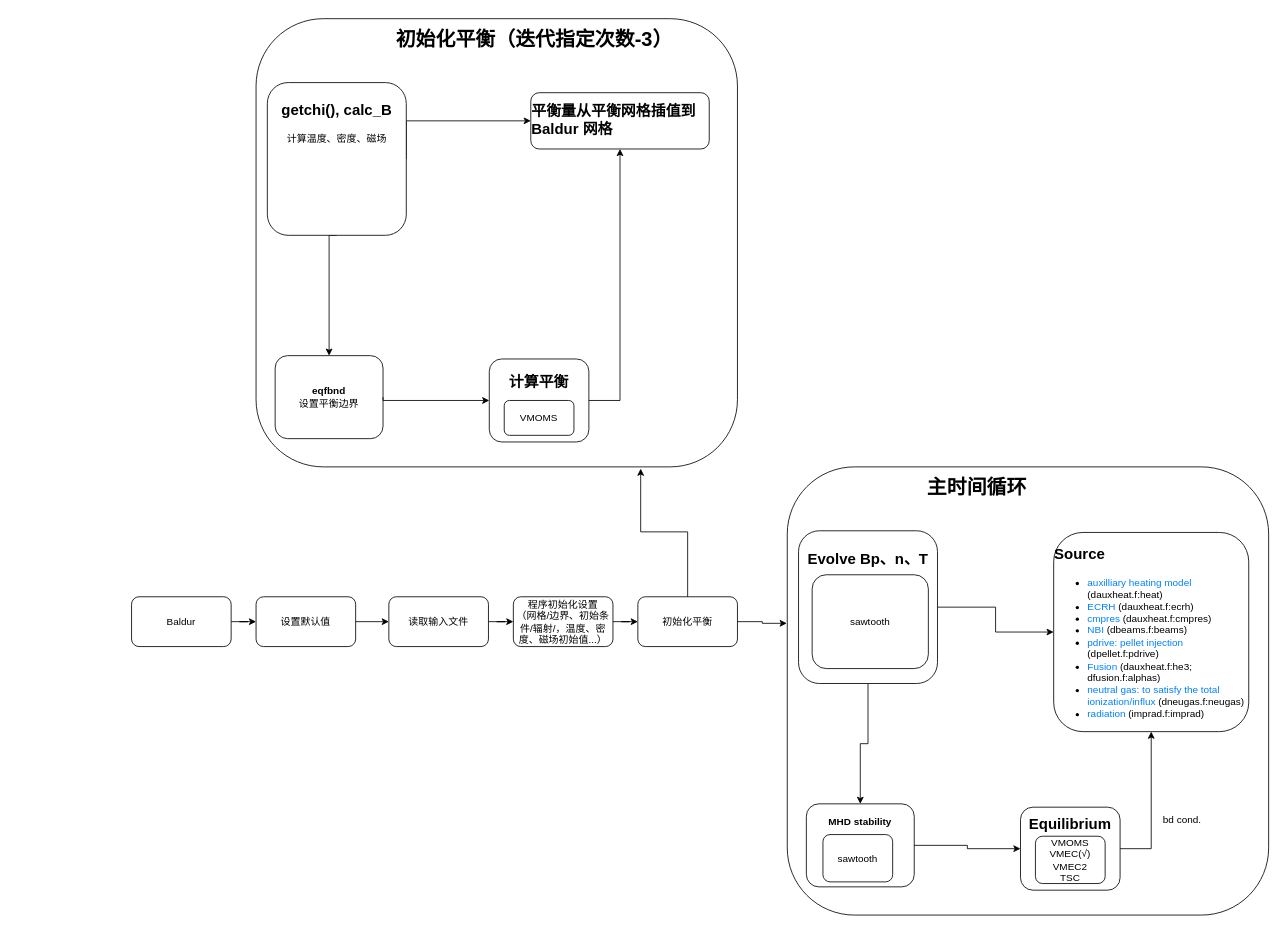
jiaxing-liu/flowchart keeps this draw.io diagram as page "041825" (6 of 6) of Baldur.drawio. Above is the earlier version. Source tidied: cells renumbered, new cells numbered last; positions are measured from the earlier drawing's top-left corner, leaving out a move shared by most shapes. Both pictures are drawn from the tidied source at 83%, with x=0, y=0 at pixel (131, 18).
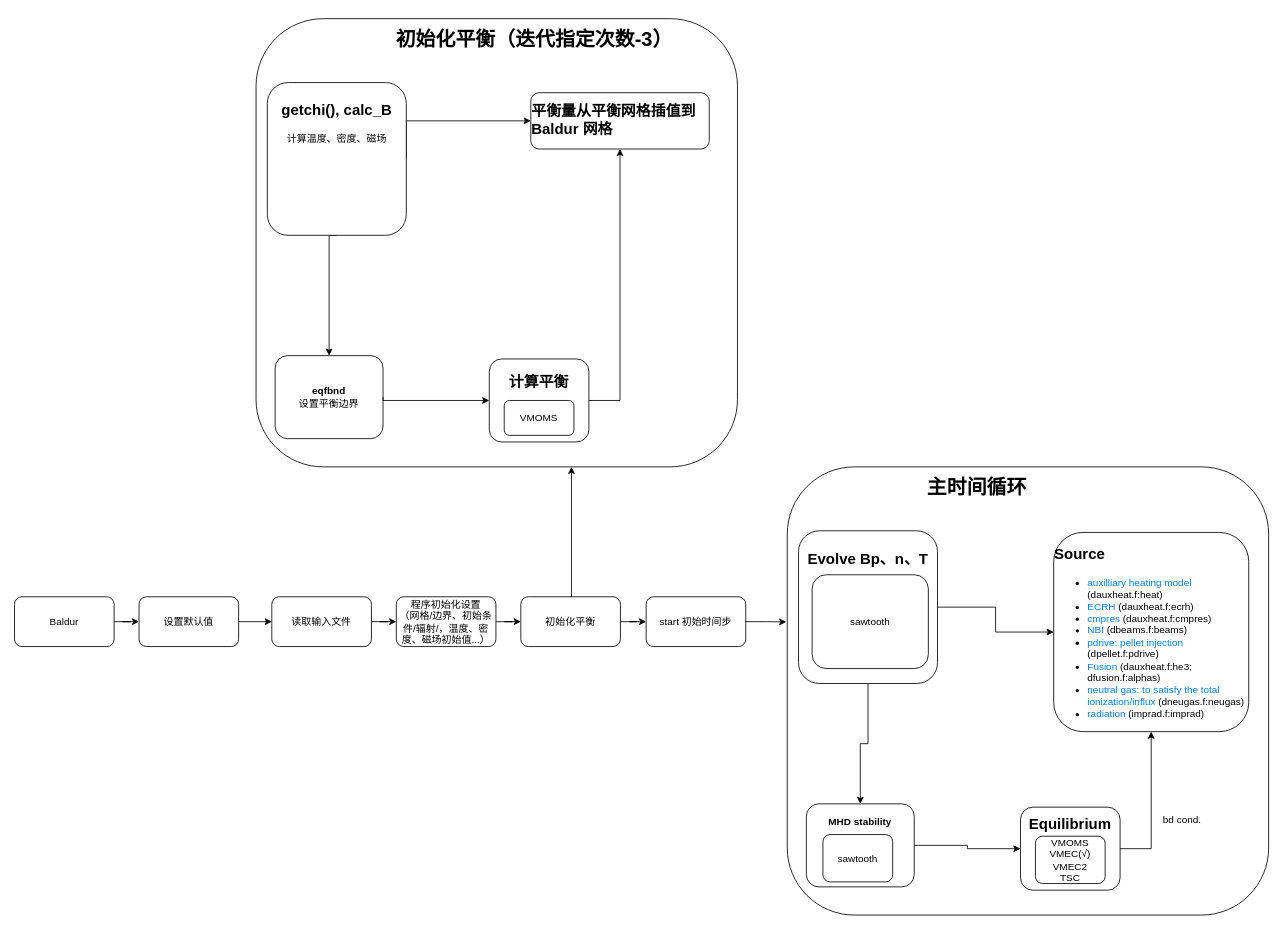
Above is the later version.

The change refers to these unchanged cells:
```xml
<mxCell id="2" value="&lt;h1&gt;&amp;nbsp; &amp;nbsp; &amp;nbsp; &amp;nbsp; &amp;nbsp; &amp;nbsp; &amp;nbsp; &amp;nbsp; &amp;nbsp; &amp;nbsp; &amp;nbsp; &amp;nbsp;&amp;nbsp; 主时间循环&lt;/h1&gt;&lt;div&gt;&lt;br&gt;&lt;/div&gt;&lt;div&gt;&lt;br&gt;&lt;/div&gt;&lt;div&gt;&lt;br&gt;&lt;/div&gt;&lt;div&gt;&lt;br&gt;&lt;/div&gt;&lt;div&gt;&lt;br&gt;&lt;/div&gt;&lt;div&gt;&lt;br&gt;&lt;/div&gt;&lt;div&gt;&lt;br&gt;&lt;/div&gt;&lt;div&gt;&lt;br&gt;&lt;/div&gt;&lt;div&gt;&lt;br&gt;&lt;/div&gt;&lt;div&gt;&lt;br&gt;&lt;/div&gt;&lt;div&gt;&lt;br&gt;&lt;/div&gt;&lt;div&gt;&lt;br&gt;&lt;/div&gt;&lt;div&gt;&lt;br&gt;&lt;/div&gt;&lt;div&gt;&lt;br&gt;&lt;/div&gt;&lt;div&gt;&lt;br&gt;&lt;/div&gt;&lt;div&gt;&lt;br&gt;&lt;/div&gt;&lt;div&gt;&lt;br&gt;&lt;/div&gt;&lt;div&gt;&lt;br&gt;&lt;/div&gt;&lt;div&gt;&lt;br&gt;&lt;/div&gt;&lt;div&gt;&lt;br&gt;&lt;/div&gt;&lt;div&gt;&lt;br&gt;&lt;/div&gt;&lt;div&gt;&lt;br&gt;&lt;/div&gt;&lt;div&gt;&lt;br&gt;&lt;/div&gt;&lt;div&gt;&lt;br&gt;&lt;/div&gt;&lt;div&gt;&lt;br&gt;&lt;/div&gt;&lt;div&gt;&lt;br&gt;&lt;/div&gt;&lt;div&gt;&lt;br&gt;&lt;/div&gt;&lt;div&gt;&lt;br&gt;&lt;/div&gt;&lt;div&gt;&lt;br&gt;&lt;/div&gt;&lt;div&gt;&lt;br&gt;&lt;/div&gt;&lt;div&gt;&lt;br&gt;&lt;/div&gt;&lt;div&gt;&lt;br&gt;&lt;/div&gt;&lt;div&gt;&lt;br&gt;&lt;/div&gt;&lt;div&gt;&lt;br&gt;&lt;/div&gt;" style="rounded=1;whiteSpace=wrap;html=1;align=left;" parent="1" vertex="1">
  <mxGeometry x="790" y="540" width="580" height="540" as="geometry" />
</mxCell>
<mxCell id="27" value="&lt;h1&gt;&amp;nbsp; &amp;nbsp; &amp;nbsp; &amp;nbsp; &amp;nbsp; &amp;nbsp; &amp;nbsp; &amp;nbsp; &amp;nbsp; &amp;nbsp; &amp;nbsp; &amp;nbsp;&amp;nbsp; 初始化平衡（迭代指定次数-3）&lt;/h1&gt;&lt;div&gt;&lt;br&gt;&lt;/div&gt;&lt;div&gt;&lt;br&gt;&lt;/div&gt;&lt;div&gt;&lt;br&gt;&lt;/div&gt;&lt;div&gt;&lt;br&gt;&lt;/div&gt;&lt;div&gt;&lt;br&gt;&lt;/div&gt;&lt;div&gt;&lt;br&gt;&lt;/div&gt;&lt;div&gt;&lt;br&gt;&lt;/div&gt;&lt;div&gt;&lt;br&gt;&lt;/div&gt;&lt;div&gt;&lt;br&gt;&lt;/div&gt;&lt;div&gt;&lt;br&gt;&lt;/div&gt;&lt;div&gt;&lt;br&gt;&lt;/div&gt;&lt;div&gt;&lt;br&gt;&lt;/div&gt;&lt;div&gt;&lt;br&gt;&lt;/div&gt;&lt;div&gt;&lt;br&gt;&lt;/div&gt;&lt;div&gt;&lt;br&gt;&lt;/div&gt;&lt;div&gt;&lt;br&gt;&lt;/div&gt;&lt;div&gt;&lt;br&gt;&lt;/div&gt;&lt;div&gt;&lt;br&gt;&lt;/div&gt;&lt;div&gt;&lt;br&gt;&lt;/div&gt;&lt;div&gt;&lt;br&gt;&lt;/div&gt;&lt;div&gt;&lt;br&gt;&lt;/div&gt;&lt;div&gt;&lt;br&gt;&lt;/div&gt;&lt;div&gt;&lt;br&gt;&lt;/div&gt;&lt;div&gt;&lt;br&gt;&lt;/div&gt;&lt;div&gt;&lt;br&gt;&lt;/div&gt;&lt;div&gt;&lt;br&gt;&lt;/div&gt;&lt;div&gt;&lt;br&gt;&lt;/div&gt;&lt;div&gt;&lt;br&gt;&lt;/div&gt;&lt;div&gt;&lt;br&gt;&lt;/div&gt;&lt;div&gt;&lt;br&gt;&lt;/div&gt;&lt;div&gt;&lt;br&gt;&lt;/div&gt;&lt;div&gt;&lt;br&gt;&lt;/div&gt;&lt;div&gt;&lt;br&gt;&lt;/div&gt;&lt;div&gt;&lt;br&gt;&lt;/div&gt;" style="rounded=1;whiteSpace=wrap;html=1;align=left;" parent="1" vertex="1">
  <mxGeometry x="150" width="580" height="540" as="geometry" />
</mxCell>
```

The edit, as a diff of the source:
```diff
@@
     <mxCell id="19" value="Baldur" style="rounded=1;whiteSpace=wrap;html=1;" parent="1" vertex="1">
-      <mxGeometry y="696.5" width="120" height="60" as="geometry" />
+      <mxGeometry x="-141" y="696.5" width="120" height="60" as="geometry" />
     </mxCell>
@@
     <mxCell id="21" value="设置默认值" style="rounded=1;whiteSpace=wrap;html=1;" parent="1" vertex="1">
-      <mxGeometry x="150" y="696.5" width="120" height="60" as="geometry" />
+      <mxGeometry x="9" y="696.5" width="120" height="60" as="geometry" />
     </mxCell>
@@
     <mxCell id="23" value="读取输入文件" style="rounded=1;whiteSpace=wrap;html=1;" parent="1" vertex="1">
-      <mxGeometry x="310" y="696.5" width="120" height="60" as="geometry" />
+      <mxGeometry x="169" y="696.5" width="120" height="60" as="geometry" />
     </mxCell>
@@
     <mxCell id="25" value="&lt;div&gt;程序初始化设置&lt;/div&gt;&lt;div&gt;（网格/边界、初始条件/辐射/，温度、密度、磁场初始值...）&lt;/div&gt;" style="rounded=1;whiteSpace=wrap;html=1;" parent="1" vertex="1">
-      <mxGeometry x="460" y="696.5" width="120" height="60" as="geometry" />
+      <mxGeometry x="319" y="696.5" width="120" height="60" as="geometry" />
     </mxCell>
+    <mxCell id="42" style="edgeStyle=orthogonalEdgeStyle;rounded=0;jettySize=auto;html=1;" parent="1" edge="1" source="26" target="43">
+      <mxGeometry relative="1" as="geometry" />
+    </mxCell>
     <mxCell id="26" value="初始化平衡" style="rounded=1;whiteSpace=wrap;html=1;" parent="1" vertex="1">
-      <mxGeometry x="610" y="696.5" width="120" height="60" as="geometry" />
+      <mxGeometry x="469" y="696.5" width="120" height="60" as="geometry" />
     </mxCell>
@@
-    <mxCell id="40" style="edgeStyle=orthogonalEdgeStyle;rounded=0;jettySize=auto;html=1;exitX=1;exitY=0.5;exitDx=0;exitDy=0;entryX=-0.001;entryY=0.349;entryDx=0;entryDy=0;entryPerimeter=0;" parent="1" edge="1" source="26" target="2">
-      <mxGeometry relative="1" as="geometry" />
-    </mxCell>
-    <mxCell id="41" style="edgeStyle=orthogonalEdgeStyle;rounded=0;jettySize=auto;html=1;exitX=0.5;exitY=0;exitDx=0;exitDy=0;entryX=0.799;entryY=1.004;entryDx=0;entryDy=0;entryPerimeter=0;" parent="1" edge="1" source="26" target="27">
-      <mxGeometry relative="1" as="geometry" />
+    <mxCell id="41" style="edgeStyle=orthogonalEdgeStyle;rounded=0;jettySize=auto;html=1;exitX=0.5;exitY=0;exitDx=0;exitDy=0;" parent="1" edge="1" source="26">
+      <mxGeometry relative="1" as="geometry">
+        <mxPoint x="530" y="540" as="targetPoint" />
+        <Array as="points">
+          <mxPoint x="530" y="697" />
+          <mxPoint x="530" y="542" />
+        </Array>
+      </mxGeometry>
     </mxCell>
+    <mxCell id="43" value="start 初始时间步" style="rounded=1;whiteSpace=wrap;html=1;" parent="1" vertex="1">
+      <mxGeometry x="620" y="696.5" width="120" height="60" as="geometry" />
+    </mxCell>
+    <mxCell id="44" style="edgeStyle=orthogonalEdgeStyle;rounded=0;jettySize=auto;html=1;exitX=1;exitY=0.5;exitDx=0;exitDy=0;entryX=-0.002;entryY=0.346;entryDx=0;entryDy=0;entryPerimeter=0;" parent="1" edge="1" source="43" target="2">
+      <mxGeometry relative="1" as="geometry" />
+    </mxCell>
```
